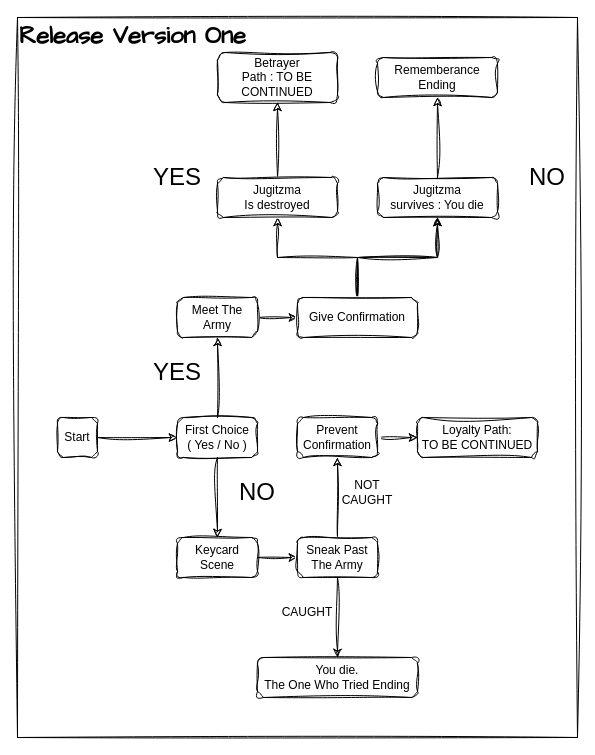
Above: dev/gameplayOutline.drawio in sphis-sinco/fiouth (draw.io), before the change. Source tidied: cells renumbered, new cells numbered last; positions are measured from the earlier drawing's top-left corner, leaving out a move shared by most shapes. Both pictures are drawn from the tidied source at 100%, with x=0, y=0 at pixel (17, 17).
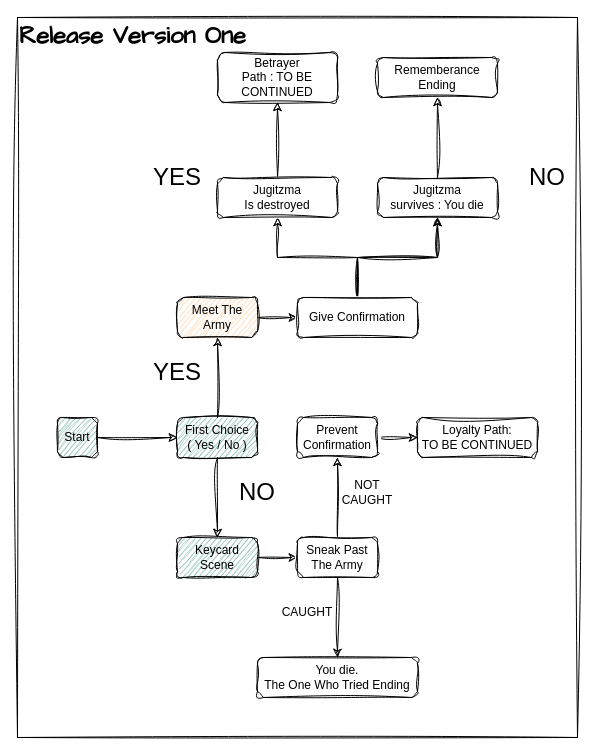
Above is the later version.

Commit message:
include progress

The change refers to these unchanged cells:
```xml
<mxCell id="2" style="group;" parent="1" vertex="1">
  <mxGeometry width="560" height="720" as="geometry" />
</mxCell>
```

What changed in the source:
```diff
@@
-    <mxCell id="4" value="&lt;font&gt;Start&lt;/font&gt;" style="rounded=1;whiteSpace=wrap;html=1;labelBackgroundColor=none;sketch=1;curveFitting=1;jiggle=2;" parent="2" vertex="1">
+    <mxCell id="4" value="&lt;font&gt;Start&lt;/font&gt;" style="rounded=1;whiteSpace=wrap;html=1;labelBackgroundColor=none;sketch=1;curveFitting=1;jiggle=2;labelBorderColor=none;glass=0;fillColor=#67AB9F;" parent="2" vertex="1">
       <mxGeometry x="40" y="400" width="40" height="40" as="geometry" />
     </mxCell>
@@
-    <mxCell id="7" value="First Choice&lt;div&gt;( Yes / No )&lt;/div&gt;" style="whiteSpace=wrap;html=1;rounded=1;labelBackgroundColor=none;sketch=1;curveFitting=1;jiggle=2;" parent="2" vertex="1">
+    <mxCell id="7" value="First Choice&lt;div&gt;( Yes / No )&lt;/div&gt;" style="whiteSpace=wrap;html=1;rounded=1;labelBackgroundColor=none;sketch=1;curveFitting=1;jiggle=2;fillColor=#67AB9F;" parent="2" vertex="1">
       <mxGeometry x="160" y="400" width="80" height="40" as="geometry" />
     </mxCell>
@@
-    <mxCell id="9" value="Keycard&lt;div&gt;Scene&lt;/div&gt;" style="whiteSpace=wrap;html=1;rounded=1;labelBackgroundColor=none;sketch=1;curveFitting=1;jiggle=2;" parent="2" vertex="1">
+    <mxCell id="9" value="Keycard&lt;div&gt;Scene&lt;/div&gt;" style="whiteSpace=wrap;html=1;rounded=1;labelBackgroundColor=none;sketch=1;curveFitting=1;jiggle=2;fillColor=#67AB9F;" parent="2" vertex="1">
       <mxGeometry x="160" y="520" width="80" height="40" as="geometry" />
     </mxCell>
@@
-    <mxCell id="13" value="&lt;div&gt;Meet The Army&lt;/div&gt;" style="whiteSpace=wrap;html=1;rounded=1;labelBackgroundColor=none;sketch=1;curveFitting=1;jiggle=2;" parent="2" vertex="1">
+    <mxCell id="13" value="&lt;div&gt;Meet The Army&lt;/div&gt;" style="whiteSpace=wrap;html=1;rounded=1;labelBackgroundColor=none;sketch=1;curveFitting=1;jiggle=2;fillColor=#FFCE9F;" parent="2" vertex="1">
       <mxGeometry x="160" y="280" width="80" height="40" as="geometry" />
     </mxCell>
```
